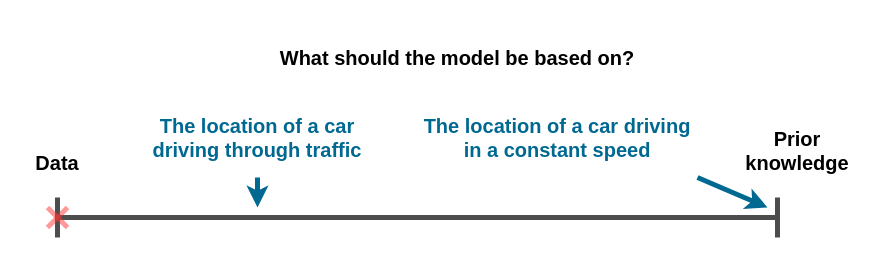
This is page "data_vs_prior" (1 of 2) of content/lecture01/assets/data_vs_prior.drawio from technion046195/technion046195, a draw.io file, before an edit. Source tidied: cells renumbered, new cells numbered last; positions are measured from the earlier drawing's top-left corner, leaving out a move shared by most shapes. Both pictures are drawn from the tidied source at 100%, with x=0, y=0 at pixel (17, 37).
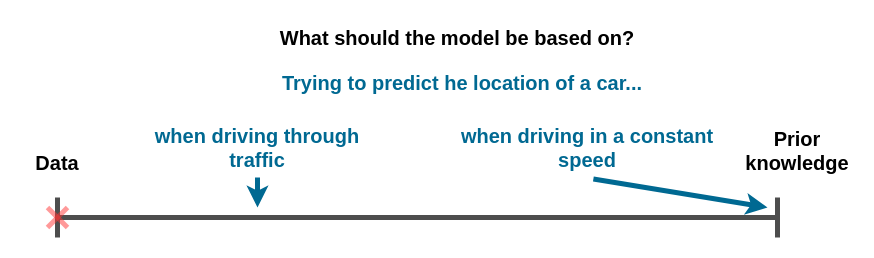
Above is the later version.

What changed in the source:
```diff
@@
     <mxCell id="9" value="What should the model be based on?" style="text;html=1;strokeColor=none;fillColor=none;align=center;verticalAlign=middle;whiteSpace=wrap;rounded=0;fontStyle=1;fontSize=20;" parent="1" vertex="1">
-      <mxGeometry x="240" width="400" height="40" as="geometry" />
+      <mxGeometry x="240" y="-20" width="400" height="40" as="geometry" />
     </mxCell>
-    <mxCell id="10" style="endArrow=classic;html=1;strokeWidth=5;sketch=0;strokeColor=#006992;" parent="1" edge="1">
+    <mxCell id="10" style="endArrow=classic;html=1;strokeWidth=5;sketch=0;strokeColor=#006992;exitX=0.521;exitY=1.025;exitDx=0;exitDy=0;exitPerimeter=0;" parent="1" edge="1" source="11">
       <mxGeometry relative="1" as="geometry">
-        <mxPoint x="680" y="140" as="sourcePoint" />
         <mxPoint x="750" y="170" as="targetPoint" />
       </mxGeometry>
     </mxCell>
-    <mxCell id="11" value="The location of a car driving in a constant speed" style="text;html=1;strokeColor=none;fillColor=none;align=center;verticalAlign=middle;whiteSpace=wrap;rounded=0;fontColor=#006992;fontStyle=1;fontSize=20;" parent="1" vertex="1">
-      <mxGeometry x="400" y="60" width="280" height="80" as="geometry" />
+    <mxCell id="11" value="when driving in a constant speed" style="text;html=1;strokeColor=none;fillColor=none;align=center;verticalAlign=middle;whiteSpace=wrap;rounded=0;fontColor=#006992;fontStyle=1;fontSize=20;" parent="1" vertex="1">
+      <mxGeometry x="430" y="80" width="280" height="60" as="geometry" />
     </mxCell>
@@
-    <mxCell id="13" value="The location of a car driving through traffic" style="text;html=1;strokeColor=none;fillColor=none;align=center;verticalAlign=middle;whiteSpace=wrap;rounded=0;fontColor=#006992;fontStyle=1;fontSize=20;" parent="1" vertex="1">
-      <mxGeometry x="120" y="60" width="240" height="80" as="geometry" />
+    <mxCell id="13" value="when driving through traffic" style="text;html=1;strokeColor=none;fillColor=none;align=center;verticalAlign=middle;whiteSpace=wrap;rounded=0;fontColor=#006992;fontStyle=1;fontSize=20;" parent="1" vertex="1">
+      <mxGeometry x="120" y="80" width="240" height="60" as="geometry" />
     </mxCell>
+    <mxCell id="14" value="Trying to predict he location of a car..." style="text;html=1;strokeColor=none;fillColor=none;align=center;verticalAlign=middle;whiteSpace=wrap;rounded=0;fontColor=#006992;fontStyle=1;fontSize=20;" parent="1" vertex="1">
+      <mxGeometry x="250" y="20" width="390" height="50" as="geometry" />
+    </mxCell>
```
